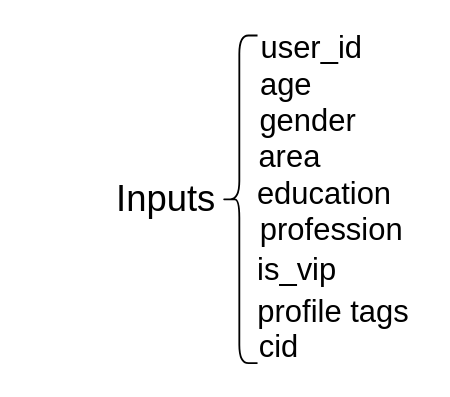
Above: page "inputs" (4 of 14) of Untitled Diagram.drawio in jlinleung/Cheatsheets (draw.io), before the change. Source tidied: cells renumbered, new cells numbered last; positions are measured from the earlier drawing's top-left corner, leaving out a move shared by most shapes. Both pictures are drawn from the tidied source at 182%, with x=0, y=0 at pixel (129, 31).
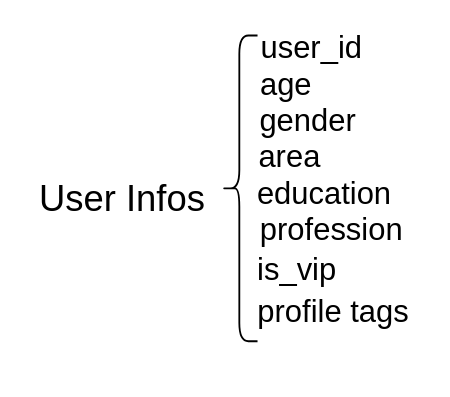
After the change.

Diff of the diagram source:
```diff
@@
 <mxGraphModel>
   <root>
     <mxCell id="0" />
     <mxCell id="1" parent="0" />
-    <mxCell id="2" value="&lt;font style=&quot;font-size: 20px&quot;&gt;Inputs&lt;/font&gt;" style="text;html=1;strokeColor=none;fillColor=none;align=center;verticalAlign=middle;whiteSpace=wrap;rounded=0;fontSize=17;" parent="1" vertex="1">
-      <mxGeometry y="82" width="40" height="20" as="geometry" />
+    <mxCell id="2" value="&lt;font style=&quot;font-size: 20px&quot;&gt;User Infos&lt;/font&gt;" style="text;html=1;strokeColor=none;fillColor=none;align=center;verticalAlign=middle;whiteSpace=wrap;rounded=0;fontSize=17;" parent="1" vertex="1">
+      <mxGeometry x="-54" y="82" width="100" height="20" as="geometry" />
     </mxCell>
     <mxCell id="3" style="shape=curlyBracket;whiteSpace=wrap;html=1;rounded=1;strokeWidth=1;fillColor=none;fontSize=17;" parent="1" vertex="1">
-      <mxGeometry x="50" y="2" width="20" height="180" as="geometry" />
+      <mxGeometry x="50" y="2" width="20" height="168" as="geometry" />
     </mxCell>
     <mxCell id="4" value="user_id" style="text;html=1;strokeColor=none;fillColor=none;align=center;verticalAlign=middle;whiteSpace=wrap;rounded=0;fontSize=17;" parent="1" vertex="1">
       <mxGeometry x="80" width="40" height="20" as="geometry" />
     </mxCell>
     <mxCell id="5" value="age" style="text;html=1;strokeColor=none;fillColor=none;align=center;verticalAlign=middle;whiteSpace=wrap;rounded=0;fontSize=17;" parent="1" vertex="1">
       <mxGeometry x="66" y="20" width="40" height="20" as="geometry" />
     </mxCell>
     <mxCell id="6" value="gender" style="text;html=1;strokeColor=none;fillColor=none;align=center;verticalAlign=middle;whiteSpace=wrap;rounded=0;fontSize=17;" parent="1" vertex="1">
       <mxGeometry x="78" y="40" width="40" height="20" as="geometry" />
     </mxCell>
     <mxCell id="7" value="area" style="text;html=1;strokeColor=none;fillColor=none;align=center;verticalAlign=middle;whiteSpace=wrap;rounded=0;fontSize=17;" parent="1" vertex="1">
       <mxGeometry x="68" y="60" width="40" height="20" as="geometry" />
     </mxCell>
     <mxCell id="8" value="education" style="text;html=1;strokeColor=none;fillColor=none;align=center;verticalAlign=middle;whiteSpace=wrap;rounded=0;fontSize=17;" parent="1" vertex="1">
       <mxGeometry x="87" y="80" width="40" height="20" as="geometry" />
     </mxCell>
     <mxCell id="9" value="profession" style="text;html=1;strokeColor=none;fillColor=none;align=center;verticalAlign=middle;whiteSpace=wrap;rounded=0;fontSize=17;" parent="1" vertex="1">
       <mxGeometry x="91" y="100" width="40" height="20" as="geometry" />
     </mxCell>
     <mxCell id="10" value="is_vip" style="text;html=1;strokeColor=none;fillColor=none;align=center;verticalAlign=middle;whiteSpace=wrap;rounded=0;fontSize=17;" parent="1" vertex="1">
       <mxGeometry x="72" y="122" width="40" height="20" as="geometry" />
     </mxCell>
-    <mxCell id="11" value="cid" style="text;html=1;strokeColor=none;fillColor=none;align=center;verticalAlign=middle;whiteSpace=wrap;rounded=0;fontSize=17;" parent="1" vertex="1">
-      <mxGeometry x="62" y="164" width="40" height="20" as="geometry" />
-    </mxCell>
     <mxCell id="12" value="profile tags" style="text;html=1;strokeColor=none;fillColor=none;align=center;verticalAlign=middle;whiteSpace=wrap;rounded=0;fontSize=17;" parent="1" vertex="1">
       <mxGeometry x="65" y="145" width="94" height="20" as="geometry" />
     </mxCell>
   </root>
 </mxGraphModel>
```
